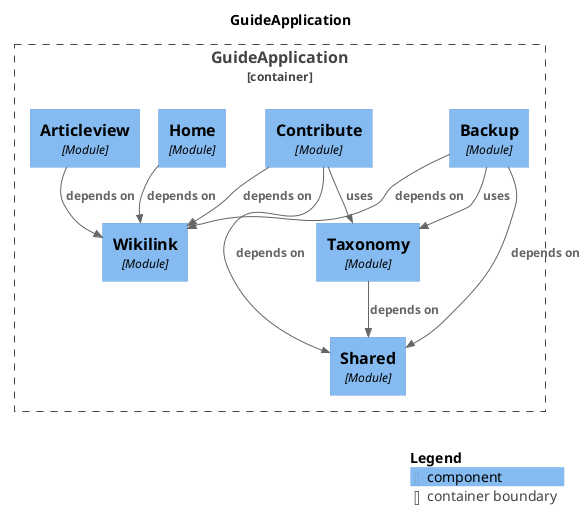
The PlantUML diagram docs/diagrams/out/c4-component-actual.png in rikire/Exchange-Student-Guide-Platform, before a commit.
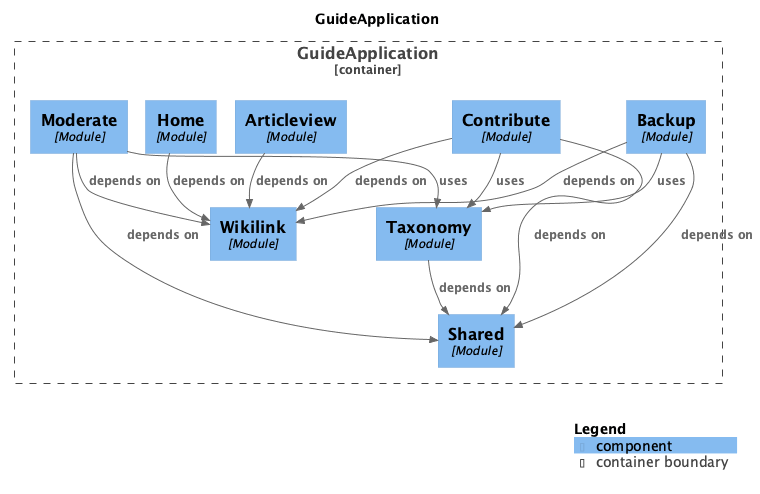
Later version of the same file.

Change to the diagram source:
```diff
@@ -9,24 +9,28 @@
 !include <C4/C4_Component>
 
 Container_Boundary("GuideApplication.GuideApplication_boundary", "GuideApplication", $tags="") {
-  Component(GuideApplication.GuideApplication.Home, "Home", $techn="Module", $descr="", $tags="", $link="")
   Component(GuideApplication.GuideApplication.Taxonomy, "Taxonomy", $techn="Module", $descr="", $tags="", $link="")
   Component(GuideApplication.GuideApplication.Backup, "Backup", $techn="Module", $descr="", $tags="", $link="")
   Component(GuideApplication.GuideApplication.Contribute, "Contribute", $techn="Module", $descr="", $tags="", $link="")
+  Component(GuideApplication.GuideApplication.Moderate, "Moderate", $techn="Module", $descr="", $tags="", $link="")
   Component(GuideApplication.GuideApplication.Shared, "Shared", $techn="Module", $descr="", $tags="", $link="")
   Component(GuideApplication.GuideApplication.Wikilink, "Wikilink", $techn="Module", $descr="", $tags="", $link="")
   Component(GuideApplication.GuideApplication.Articleview, "Articleview", $techn="Module", $descr="", $tags="", $link="")
+  Component(GuideApplication.GuideApplication.Home, "Home", $techn="Module", $descr="", $tags="", $link="")
 }
 
 Rel(GuideApplication.GuideApplication.Home, GuideApplication.GuideApplication.Wikilink, "depends on", $techn="", $tags="", $link="")
 Rel(GuideApplication.GuideApplication.Contribute, GuideApplication.GuideApplication.Shared, "depends on", $techn="", $tags="", $link="")
 Rel(GuideApplication.GuideApplication.Contribute, GuideApplication.GuideApplication.Wikilink, "depends on", $techn="", $tags="", $link="")
 Rel(GuideApplication.GuideApplication.Contribute, GuideApplication.GuideApplication.Taxonomy, "uses", $techn="", $tags="", $link="")
+Rel(GuideApplication.GuideApplication.Moderate, GuideApplication.GuideApplication.Shared, "depends on", $techn="", $tags="", $link="")
+Rel(GuideApplication.GuideApplication.Moderate, GuideApplication.GuideApplication.Wikilink, "depends on", $techn="", $tags="", $link="")
+Rel(GuideApplication.GuideApplication.Moderate, GuideApplication.GuideApplication.Taxonomy, "uses", $techn="", $tags="", $link="")
 Rel(GuideApplication.GuideApplication.Articleview, GuideApplication.GuideApplication.Wikilink, "depends on", $techn="", $tags="", $link="")
-Rel(GuideApplication.GuideApplication.Taxonomy, GuideApplication.GuideApplication.Shared, "depends on", $techn="", $tags="", $link="")
 Rel(GuideApplication.GuideApplication.Backup, GuideApplication.GuideApplication.Wikilink, "depends on", $techn="", $tags="", $link="")
 Rel(GuideApplication.GuideApplication.Backup, GuideApplication.GuideApplication.Shared, "depends on", $techn="", $tags="", $link="")
 Rel(GuideApplication.GuideApplication.Backup, GuideApplication.GuideApplication.Taxonomy, "uses", $techn="", $tags="", $link="")
+Rel(GuideApplication.GuideApplication.Taxonomy, GuideApplication.GuideApplication.Shared, "depends on", $techn="", $tags="", $link="")
 
 SHOW_LEGEND(true)
 @enduml
```
